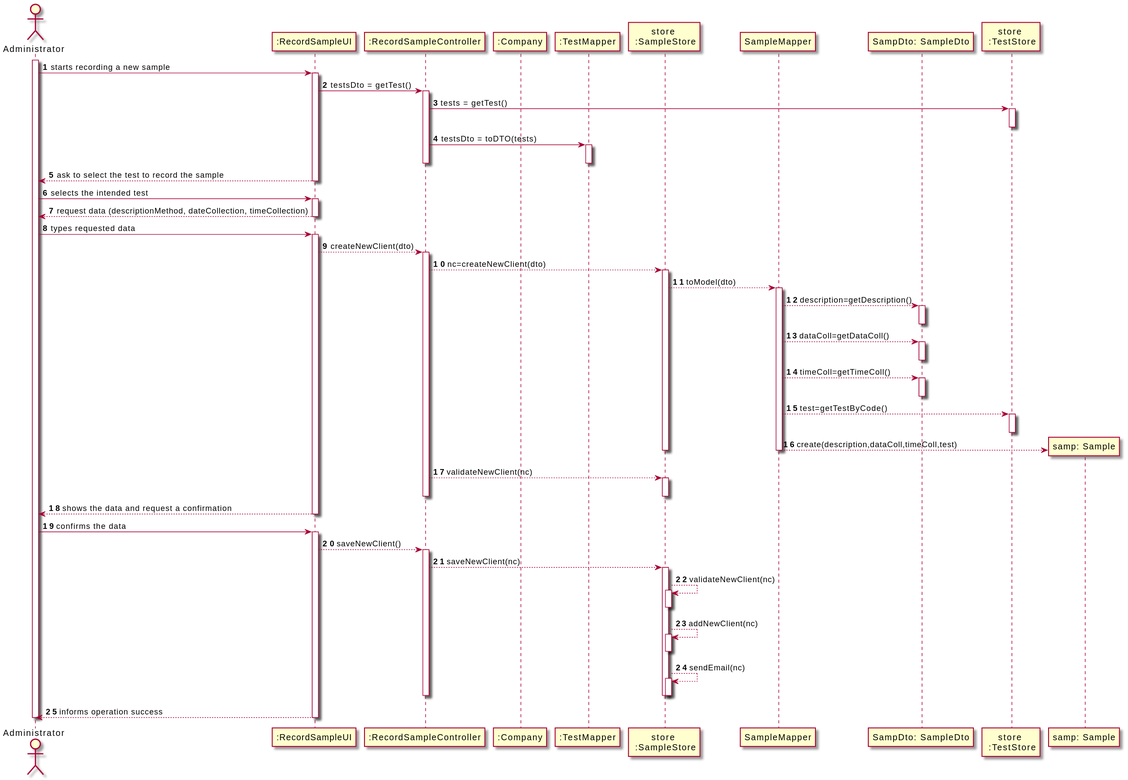
Above: docs/SprintC/US5_RecordTheSample/US005_SD.svg in Pedromaia26/LAPR2-ISEP (PlantUML), before the change.
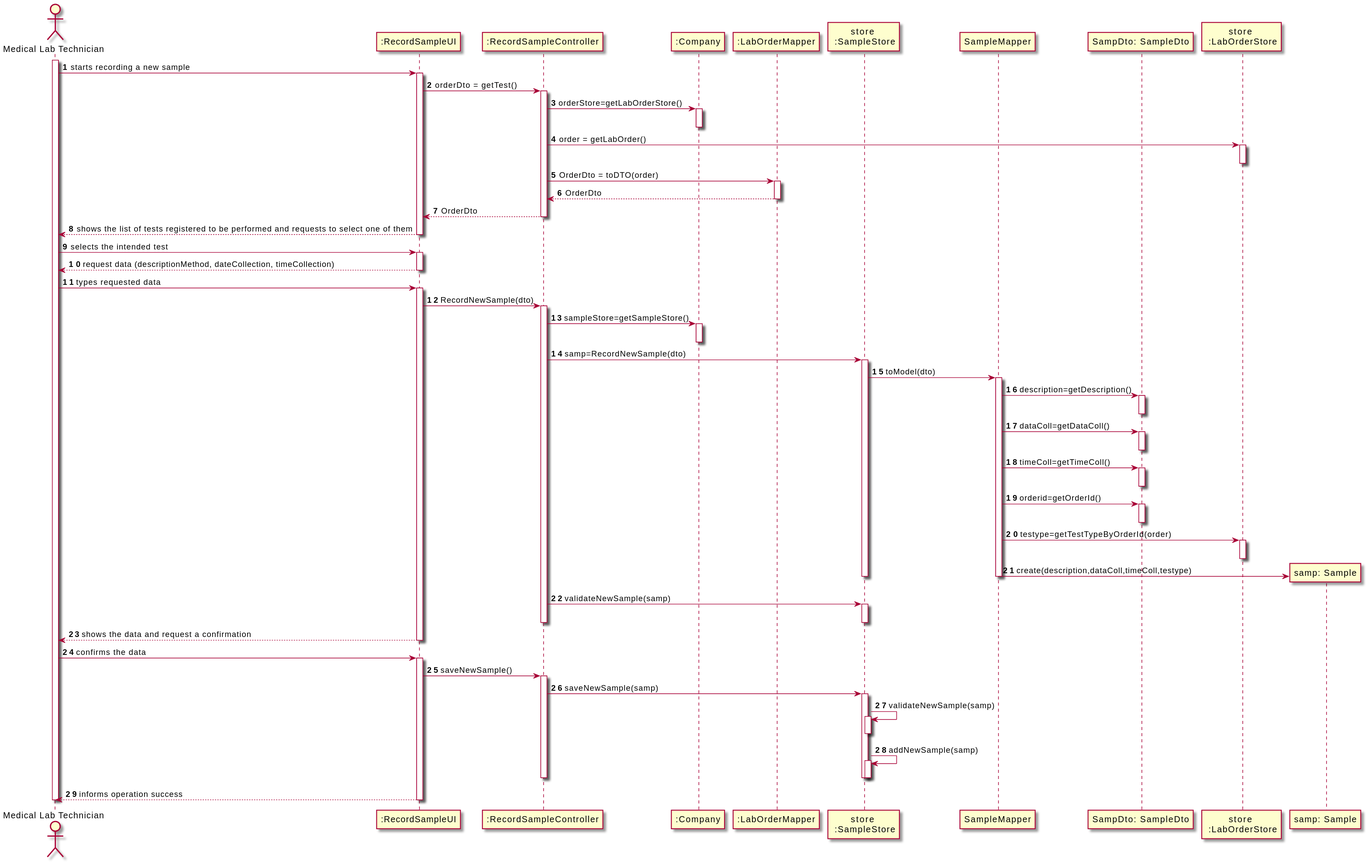
After the commit.

Diff of the diagram source:
```diff
@@ -1,13 +1,13 @@
 @startuml
-actor Administrator as Adm
+actor "Medical Lab Technician" as Adm
 participant ":RecordSampleUI" as Interface
 participant ":RecordSampleController" as Controller
 participant ":Company" as Company
-participant ":TestMapper" as TM
+participant ":LabOrderMapper" as TM
 participant "store \n :SampleStore" as SS
 participant "SampleMapper" as SM
 participant "SampDto: SampleDto" as SD
-participant "store \n :TestStore" as TS
+participant "store \n :LabOrderStore" as TS
 
 
 
@@ -18,16 +18,22 @@
 activate Adm
 Adm -> Interface: starts recording a new sample
 activate Interface
-Interface -> Controller: testsDto = getTest()
+Interface -> Controller: orderDto = getTest()
 activate Controller
-Controller -> TS: tests = getTest()
+Controller -> Company : orderStore=getLabOrderStore()
+activate Company
+deactivate Company
+Controller -> TS: order = getLabOrder()
 activate TS
 deactivate TS
-Controller -> TM: testsDto = toDTO(tests)
+Controller -> TM: OrderDto = toDTO(order)
 activate TM
+
+TM-->Controller : OrderDto
 deactivate TM
+Controller-->Interface : OrderDto
 deactivate Controller
-Interface --> Adm: ask to select the test to record the sample
+Interface --> Adm: shows the list of tests registered to be performed and requests to select one of them
 deactivate Interface
 
 
@@ -40,24 +46,30 @@
 
 Adm -> Interface: types requested data
 activate Interface
-Interface-->Controller: createNewClient(dto)
+Interface->Controller: RecordNewSample(dto)
 activate Controller
-Controller-->SS: nc=createNewClient(dto)
+Controller -> Company : sampleStore=getSampleStore()
+activate Company
+Deactivate Company
+Controller->SS: samp=RecordNewSample(dto)
 activate SS
 
 
-SS-->SM: toModel(dto)
+SS->SM: toModel(dto)
 activate SM
-SM-->SD: description=getDescription()
+SM->SD: description=getDescription()
 activate SD
 deactivate SD
-SM-->SD: dataColl=getDataColl()
+SM->SD: dataColl=getDataColl()
 activate SD
 deactivate SD
-SM-->SD: timeColl=getTimeColl()
+SM->SD: timeColl=getTimeColl()
 activate SD
 deactivate SD
-SM-->TS: test=getTestByCode()
+SM->SD: orderid=getOrderId()
+activate SD
+deactivate SD
+SM->TS: testype=getTestTypeByOrderId(order)
 activate TS
 deactivate TS
 
@@ -65,14 +77,14 @@
 
 
 create "samp: Sample" as samp
-SM-->samp:  create(description,dataColl,timeColl,test)
+SM->samp:  create(description,dataColl,timeColl,testype)
 
 
 
 deactivate SM
 deactivate SS
 
-Controller-->SS:validateNewClient(nc)
+Controller->SS:validateNewSample(samp)
 Activate SS
 deactivate SS
 
@@ -84,17 +96,14 @@
 
 Adm -> Interface: confirms the data
 activate Interface
-Interface-->Controller: saveNewClient()
+Interface->Controller: saveNewSample()
 activate Controller
-Controller-->SS:saveNewClient(nc)
+Controller->SS:saveNewSample(samp)
 activate SS
-SS-->SS:validateNewClient(nc)
+SS->SS:validateNewSample(samp)
 activate SS
 deactivate SS
-SS-->SS:addNewClient(nc)
-activate SS
-deactivate SS
-SS-->SS:sendEmail(nc)
+SS->SS:addNewSample(samp)
 activate SS
 deactivate SS
 
```
